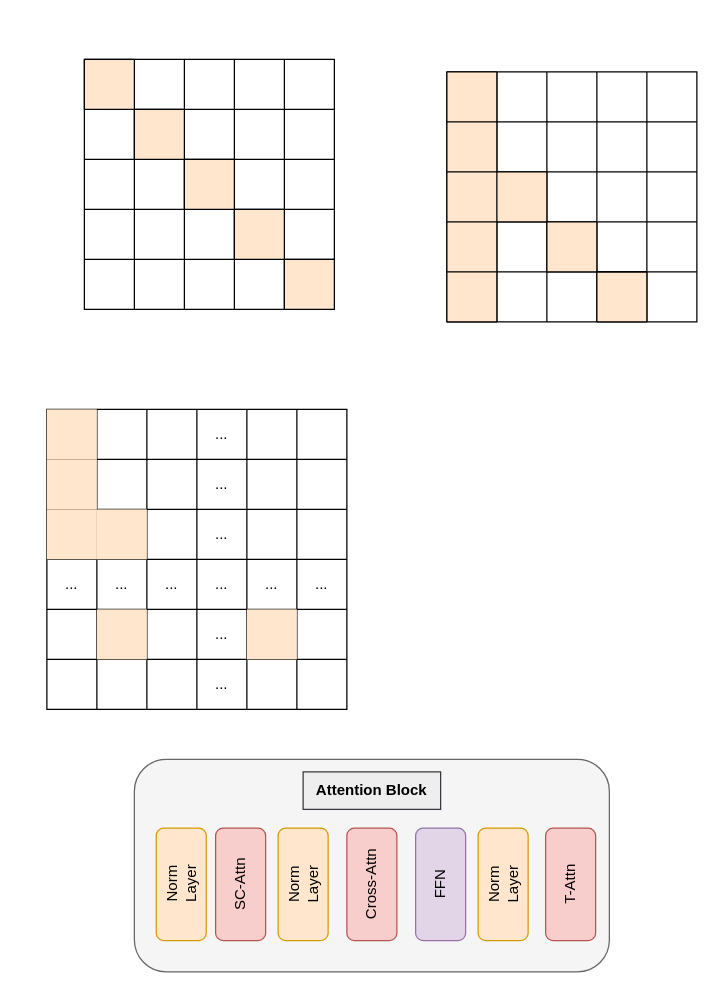
Before: Attention.drawio in shinejjy/Flow-Chart, a draw.io diagram. Source tidied: cells renumbered, new cells numbered last; positions are measured from the earlier drawing's top-left corner, leaving out a move shared by most shapes. Both pictures are drawn from the tidied source at 125%, with x=0, y=0 at pixel (46, 59).
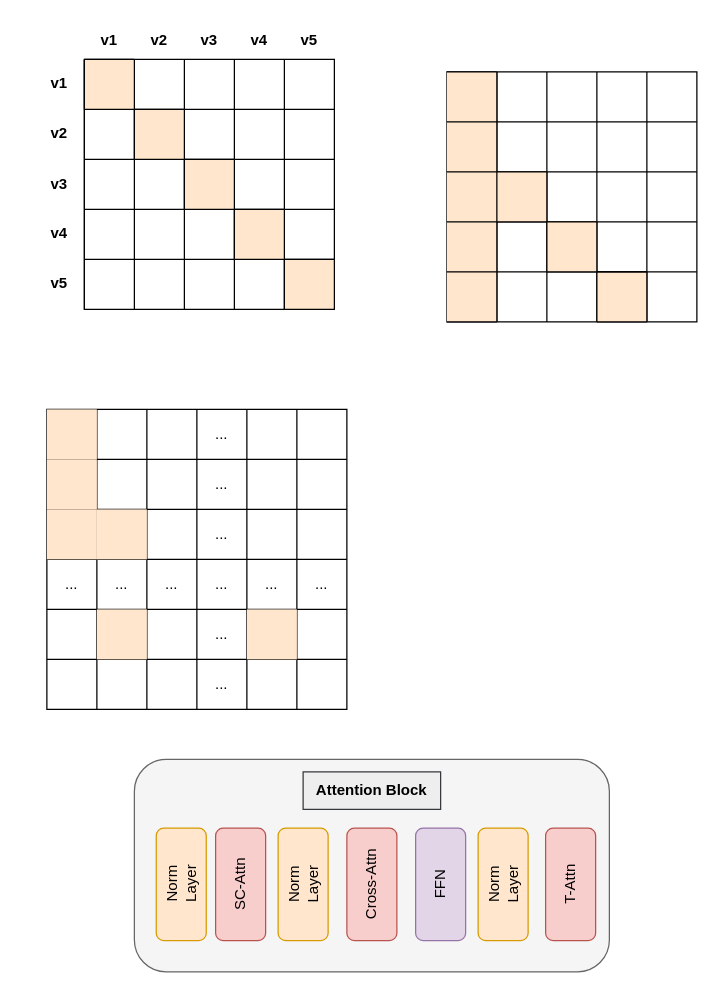
The same page after the edit.

The change refers to these unchanged cells:
```xml
<mxCell id="46" style="shape=tableRow;horizontal=0;startSize=0;swimlaneHead=0;swimlaneBody=0;strokeColor=inherit;top=0;left=0;bottom=0;right=0;fillColor=none;points=[[0,0.5],[1,0.5]];portConstraint=eastwest;" parent="33" vertex="1">
  <mxGeometry y="80" width="200" height="40" as="geometry" />
</mxCell>
```

What changed in the source:
```diff
@@
-    <mxCell id="77" style="endArrow=none;html=1;rounded=0;entryX=0;entryY=0.997;entryDx=0;entryDy=0;entryPerimeter=0;" parent="1" edge="1" target="46">
+    <mxCell id="77" style="endArrow=none;html=1;rounded=0;entryX=0;entryY=0.997;entryDx=0;entryDy=0;entryPerimeter=0;" parent="1" edge="1">
       <mxGeometry relative="1" as="geometry">
-        <mxPoint x="320" y="90" as="sourcePoint" />
+        <mxPoint x="30" y="80" as="sourcePoint" />
+        <mxPoint x="30" y="119.9" as="targetPoint" />
       </mxGeometry>
     </mxCell>
     <mxCell id="78" style="endArrow=none;html=1;rounded=0;entryX=0;entryY=0.997;entryDx=0;entryDy=0;entryPerimeter=0;" parent="1" edge="1">
       <mxGeometry relative="1" as="geometry">
-        <mxPoint x="320" y="50" as="sourcePoint" />
-        <mxPoint x="320" y="90" as="targetPoint" />
+        <mxPoint x="30" y="40" as="sourcePoint" />
+        <mxPoint x="30" y="80" as="targetPoint" />
       </mxGeometry>
     </mxCell>
     <mxCell id="79" style="endArrow=none;html=1;rounded=0;entryX=0;entryY=0.997;entryDx=0;entryDy=0;entryPerimeter=0;" parent="1" edge="1">
       <mxGeometry relative="1" as="geometry">
-        <mxPoint x="320" y="10" as="sourcePoint" />
-        <mxPoint x="320" y="50" as="targetPoint" />
+        <mxPoint x="30" as="sourcePoint" />
+        <mxPoint x="30" y="40" as="targetPoint" />
       </mxGeometry>
     </mxCell>
@@
     <mxCell id="82" style="endArrow=none;html=1;rounded=0;entryX=0;entryY=0.997;entryDx=0;entryDy=0;entryPerimeter=0;" parent="1" edge="1">
       <mxGeometry relative="1" as="geometry">
-        <mxPoint x="320" y="130" as="sourcePoint" />
-        <mxPoint x="320" y="170" as="targetPoint" />
+        <mxPoint x="30" y="120" as="sourcePoint" />
+        <mxPoint x="30" y="160" as="targetPoint" />
       </mxGeometry>
     </mxCell>
     <mxCell id="83" style="endArrow=none;html=1;rounded=0;entryX=0;entryY=0.997;entryDx=0;entryDy=0;entryPerimeter=0;" parent="1" edge="1">
       <mxGeometry relative="1" as="geometry">
-        <mxPoint x="320" y="170" as="sourcePoint" />
-        <mxPoint x="320" y="210" as="targetPoint" />
+        <mxPoint x="30" y="160" as="sourcePoint" />
+        <mxPoint x="30" y="200" as="targetPoint" />
       </mxGeometry>
     </mxCell>
@@
+    <mxCell id="165" value="&lt;b&gt;v1&lt;/b&gt;" style="text;html=1;strokeColor=none;fillColor=none;align=center;verticalAlign=middle;whiteSpace=wrap;rounded=0;" parent="1" vertex="1">
+      <mxGeometry x="20" y="-30" width="60" height="30" as="geometry" />
+    </mxCell>
+    <mxCell id="166" value="&lt;b&gt;v1&lt;/b&gt;" style="text;html=1;strokeColor=none;fillColor=none;align=center;verticalAlign=middle;whiteSpace=wrap;rounded=0;" parent="1" vertex="1">
+      <mxGeometry x="-20" y="4" width="60" height="30" as="geometry" />
+    </mxCell>
+    <mxCell id="167" value="&lt;b&gt;v2&lt;/b&gt;" style="text;html=1;strokeColor=none;fillColor=none;align=center;verticalAlign=middle;whiteSpace=wrap;rounded=0;" parent="1" vertex="1">
+      <mxGeometry x="60" y="-30" width="60" height="30" as="geometry" />
+    </mxCell>
+    <mxCell id="168" value="&lt;b&gt;v3&lt;/b&gt;" style="text;html=1;strokeColor=none;fillColor=none;align=center;verticalAlign=middle;whiteSpace=wrap;rounded=0;" parent="1" vertex="1">
+      <mxGeometry x="100" y="-30" width="60" height="30" as="geometry" />
+    </mxCell>
+    <mxCell id="169" value="&lt;b&gt;v4&lt;/b&gt;" style="text;html=1;strokeColor=none;fillColor=none;align=center;verticalAlign=middle;whiteSpace=wrap;rounded=0;" parent="1" vertex="1">
+      <mxGeometry x="140" y="-30" width="60" height="30" as="geometry" />
+    </mxCell>
+    <mxCell id="170" value="&lt;b&gt;v5&lt;/b&gt;" style="text;html=1;strokeColor=none;fillColor=none;align=center;verticalAlign=middle;whiteSpace=wrap;rounded=0;" parent="1" vertex="1">
+      <mxGeometry x="180" y="-30" width="60" height="30" as="geometry" />
+    </mxCell>
+    <mxCell id="171" value="&lt;b&gt;v5&lt;/b&gt;" style="text;html=1;strokeColor=none;fillColor=none;align=center;verticalAlign=middle;whiteSpace=wrap;rounded=0;" parent="1" vertex="1">
+      <mxGeometry x="-20" y="164" width="60" height="30" as="geometry" />
+    </mxCell>
+    <mxCell id="172" value="&lt;b&gt;v4&lt;/b&gt;" style="text;html=1;strokeColor=none;fillColor=none;align=center;verticalAlign=middle;whiteSpace=wrap;rounded=0;" parent="1" vertex="1">
+      <mxGeometry x="-20" y="124" width="60" height="30" as="geometry" />
+    </mxCell>
+    <mxCell id="173" value="&lt;b&gt;v2&lt;/b&gt;" style="text;html=1;strokeColor=none;fillColor=none;align=center;verticalAlign=middle;whiteSpace=wrap;rounded=0;" parent="1" vertex="1">
+      <mxGeometry x="-20" y="44" width="60" height="30" as="geometry" />
+    </mxCell>
+    <mxCell id="174" value="&lt;b&gt;v3&lt;/b&gt;" style="text;html=1;strokeColor=none;fillColor=none;align=center;verticalAlign=middle;whiteSpace=wrap;rounded=0;" parent="1" vertex="1">
+      <mxGeometry x="-20" y="85" width="60" height="30" as="geometry" />
+    </mxCell>
```
